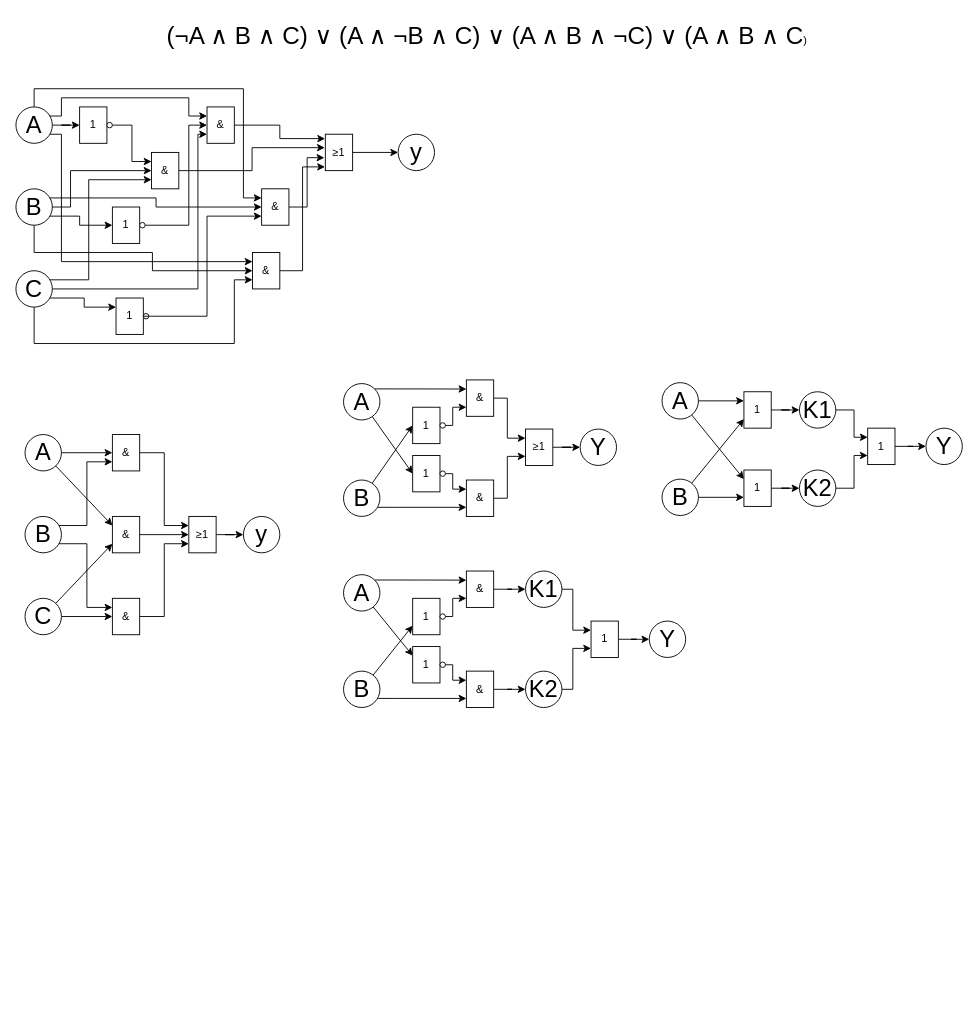
Protarios/Steuerungstechnik keeps this draw.io diagram as 3-Schalte-SFP.drawio. Above is the earlier version. Source tidied: cells renumbered, new cells numbered last; positions are measured from the earlier drawing's top-left corner, leaving out a move shared by most shapes. Both pictures are drawn from the tidied source at 91%, with x=0, y=0 at pixel (15, 15).
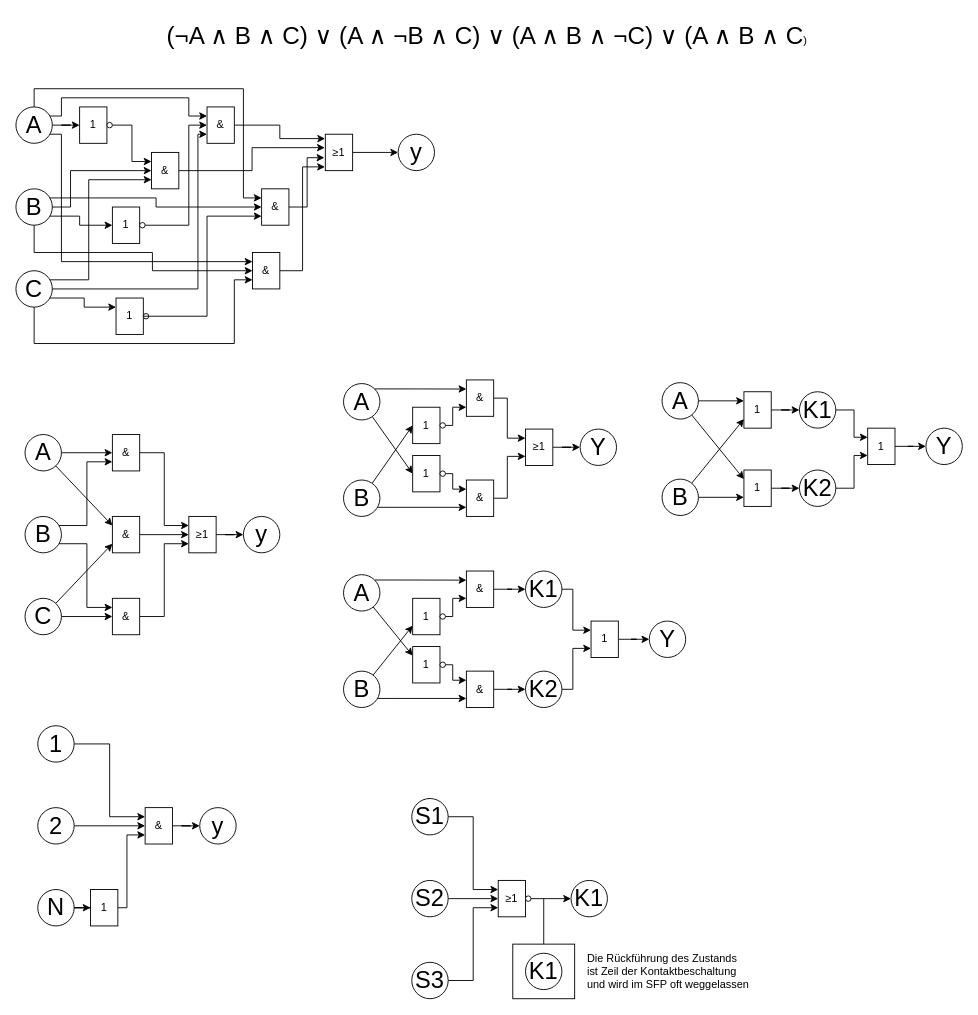
Above is the later version.

The edit, as a diff of the source:
```diff
@@
+    <mxCell id="122" style="edgeStyle=orthogonalEdgeStyle;rounded=0;jettySize=auto;html=1;entryX=0;entryY=0.25;entryDx=0;entryDy=0;" parent="1" edge="1" source="123" target="129">
+      <mxGeometry relative="1" as="geometry" />
+    </mxCell>
+    <mxCell id="123" value="1" style="ellipse;whiteSpace=wrap;html=1;fontSize=26;" parent="1" vertex="1">
+      <mxGeometry x="24" y="780" width="40" height="40" as="geometry" />
+    </mxCell>
+    <mxCell id="124" style="edgeStyle=orthogonalEdgeStyle;rounded=0;jettySize=auto;html=1;entryX=0;entryY=0.5;entryDx=0;entryDy=0;" parent="1" edge="1" source="125" target="129">
+      <mxGeometry relative="1" as="geometry" />
+    </mxCell>
+    <mxCell id="125" value="2" style="ellipse;whiteSpace=wrap;html=1;fontSize=26;" parent="1" vertex="1">
+      <mxGeometry x="24" y="870" width="40" height="40" as="geometry" />
+    </mxCell>
+    <mxCell id="126" style="edgeStyle=orthogonalEdgeStyle;rounded=0;jettySize=auto;html=1;" parent="1" edge="1" source="127" target="132">
+      <mxGeometry relative="1" as="geometry" />
+    </mxCell>
+    <mxCell id="127" value="N" style="ellipse;whiteSpace=wrap;html=1;fontSize=26;" parent="1" vertex="1">
+      <mxGeometry x="24" y="960" width="40" height="40" as="geometry" />
+    </mxCell>
+    <mxCell id="128" style="edgeStyle=orthogonalEdgeStyle;rounded=0;jettySize=auto;html=1;" parent="1" edge="1" source="129" target="130">
+      <mxGeometry relative="1" as="geometry" />
+    </mxCell>
+    <mxCell id="129" value="&amp;amp;" style="rounded=0;whiteSpace=wrap;html=1;" parent="1" vertex="1">
+      <mxGeometry x="142" y="870" width="30" height="40" as="geometry" />
+    </mxCell>
+    <mxCell id="130" value="y" style="ellipse;whiteSpace=wrap;html=1;fontSize=26;" parent="1" vertex="1">
+      <mxGeometry x="202" y="870" width="40" height="40" as="geometry" />
+    </mxCell>
+    <mxCell id="131" style="edgeStyle=orthogonalEdgeStyle;rounded=0;jettySize=auto;html=1;entryX=0;entryY=0.75;entryDx=0;entryDy=0;" parent="1" edge="1" source="132" target="129">
+      <mxGeometry relative="1" as="geometry">
+        <Array as="points">
+          <mxPoint x="122" y="980" />
+          <mxPoint x="122" y="900" />
+        </Array>
+      </mxGeometry>
+    </mxCell>
+    <mxCell id="132" value="1" style="rounded=0;whiteSpace=wrap;html=1;" parent="1" vertex="1">
+      <mxGeometry x="82" y="960" width="30" height="40" as="geometry" />
+    </mxCell>
+    <mxCell id="133" style="edgeStyle=orthogonalEdgeStyle;rounded=0;jettySize=auto;html=1;entryX=0;entryY=0.25;entryDx=0;entryDy=0;" parent="1" edge="1" source="134" target="141">
+      <mxGeometry relative="1" as="geometry" />
+    </mxCell>
+    <mxCell id="134" value="S1" style="ellipse;whiteSpace=wrap;html=1;fontSize=26;" parent="1" vertex="1">
+      <mxGeometry x="435" y="860" width="40" height="40" as="geometry" />
+    </mxCell>
+    <mxCell id="135" style="edgeStyle=orthogonalEdgeStyle;rounded=0;jettySize=auto;html=1;entryX=0;entryY=0.5;entryDx=0;entryDy=0;" parent="1" edge="1" source="136" target="141">
+      <mxGeometry relative="1" as="geometry" />
+    </mxCell>
+    <mxCell id="136" value="S2" style="ellipse;whiteSpace=wrap;html=1;fontSize=26;" parent="1" vertex="1">
+      <mxGeometry x="435" y="950" width="40" height="40" as="geometry" />
+    </mxCell>
+    <mxCell id="137" style="edgeStyle=orthogonalEdgeStyle;rounded=0;jettySize=auto;html=1;entryX=0;entryY=0.75;entryDx=0;entryDy=0;" parent="1" edge="1" source="138" target="141">
+      <mxGeometry relative="1" as="geometry" />
+    </mxCell>
+    <mxCell id="138" value="S3" style="ellipse;whiteSpace=wrap;html=1;fontSize=26;" parent="1" vertex="1">
+      <mxGeometry x="435" y="1040" width="40" height="40" as="geometry" />
+    </mxCell>
+    <mxCell id="139" value="K1" style="ellipse;whiteSpace=wrap;html=1;fontSize=26;" parent="1" vertex="1">
+      <mxGeometry x="610" y="950" width="40" height="40" as="geometry" />
+    </mxCell>
+    <mxCell id="140" style="group;" parent="1" vertex="1">
+      <mxGeometry x="530" y="950" width="36" height="40" as="geometry" />
+    </mxCell>
+    <mxCell id="141" value="&lt;font face=&quot;Helvetica&quot;&gt;&lt;font&gt;&lt;span style=&quot;color: black; font-weight: normal;&quot;&gt;≥1&lt;/span&gt;&lt;/font&gt;&lt;/font&gt;" style="rounded=0;whiteSpace=wrap;html=1;" parent="140" vertex="1">
+      <mxGeometry width="30" height="40" as="geometry" />
+    </mxCell>
+    <mxCell id="142" style="ellipse;whiteSpace=wrap;html=1;" parent="140" vertex="1">
+      <mxGeometry x="30" y="17" width="6" height="6" as="geometry" />
+    </mxCell>
+    <mxCell id="143" style="edgeStyle=orthogonalEdgeStyle;rounded=0;jettySize=auto;html=1;entryX=0;entryY=0.5;entryDx=0;entryDy=0;" parent="1" edge="1" source="142" target="139">
+      <mxGeometry relative="1" as="geometry" />
+    </mxCell>
+    <mxCell id="144" style="rounded=0;whiteSpace=wrap;html=1;" parent="1" vertex="1">
+      <mxGeometry x="546" y="1020" width="68" height="60" as="geometry" />
+    </mxCell>
+    <mxCell id="145" value="K1" style="ellipse;whiteSpace=wrap;html=1;fontSize=26;" parent="1" vertex="1">
+      <mxGeometry x="560" y="1030" width="40" height="40" as="geometry" />
+    </mxCell>
+    <mxCell id="146" style="endArrow=none;html=1;rounded=0;exitX=0.5;exitY=0;exitDx=0;exitDy=0;" parent="1" edge="1" source="144">
+      <mxGeometry relative="1" as="geometry">
+        <mxPoint x="580" y="970" as="targetPoint" />
+      </mxGeometry>
+    </mxCell>
+    <mxCell id="147" value="Die Rückführung des Zustands ist Zeil der Kontaktbeschaltung und wird im SFP oft weggelassen" style="text;html=1;align=left;verticalAlign=middle;whiteSpace=wrap;rounded=0;" parent="1" vertex="1">
+      <mxGeometry x="626" y="1035" width="180" height="30" as="geometry" />
+    </mxCell>
```
